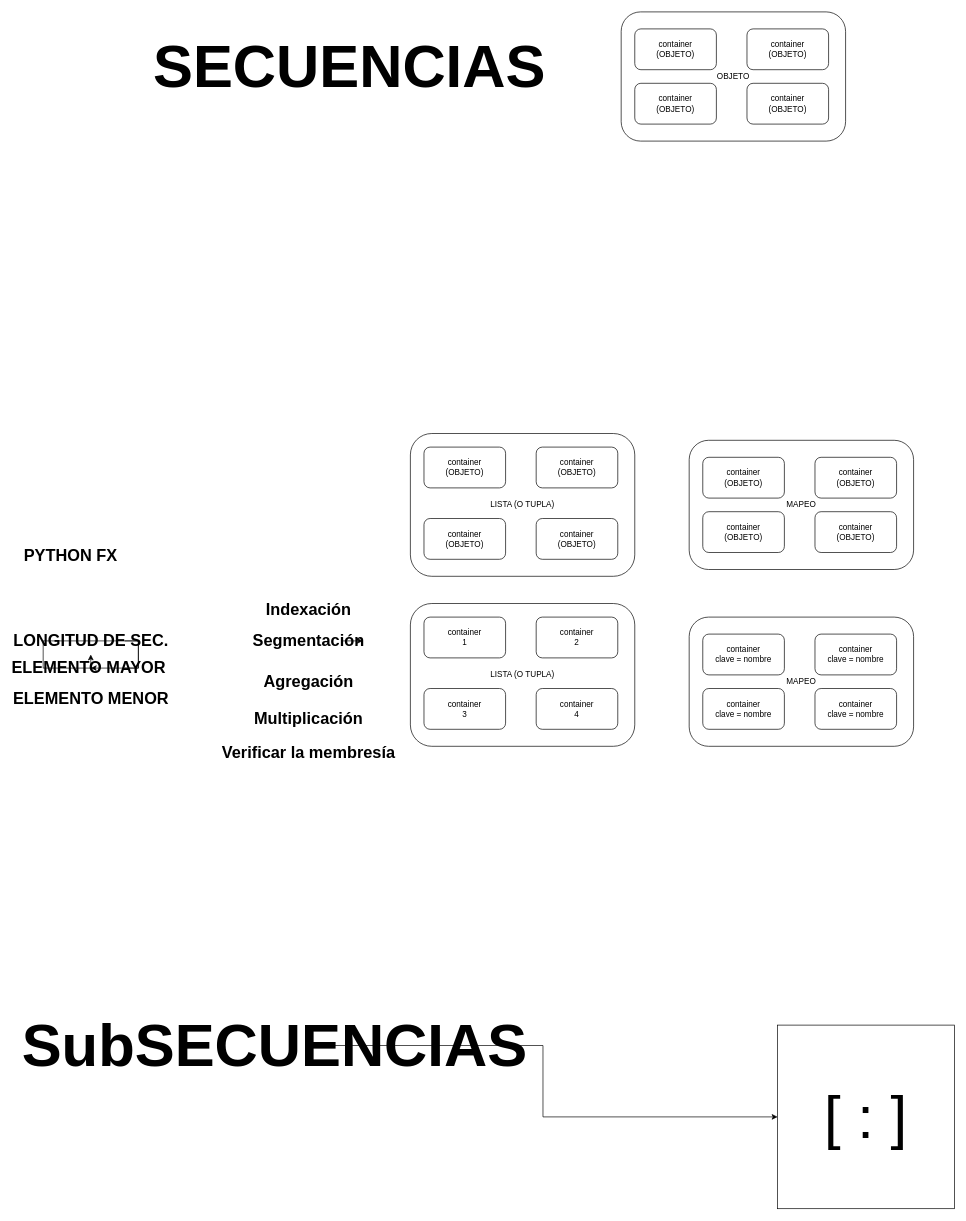
Above: day1/SECUENCIAS.drawio in Innoktiv/28-dias-28proyectos (draw.io), before the change. Source tidied: cells renumbered, new cells numbered last; positions are measured from the earlier drawing's top-left corner, leaving out a move shared by most shapes. Both pictures are drawn from the tidied source at 68%, with x=0, y=0 at pixel (36, 12).
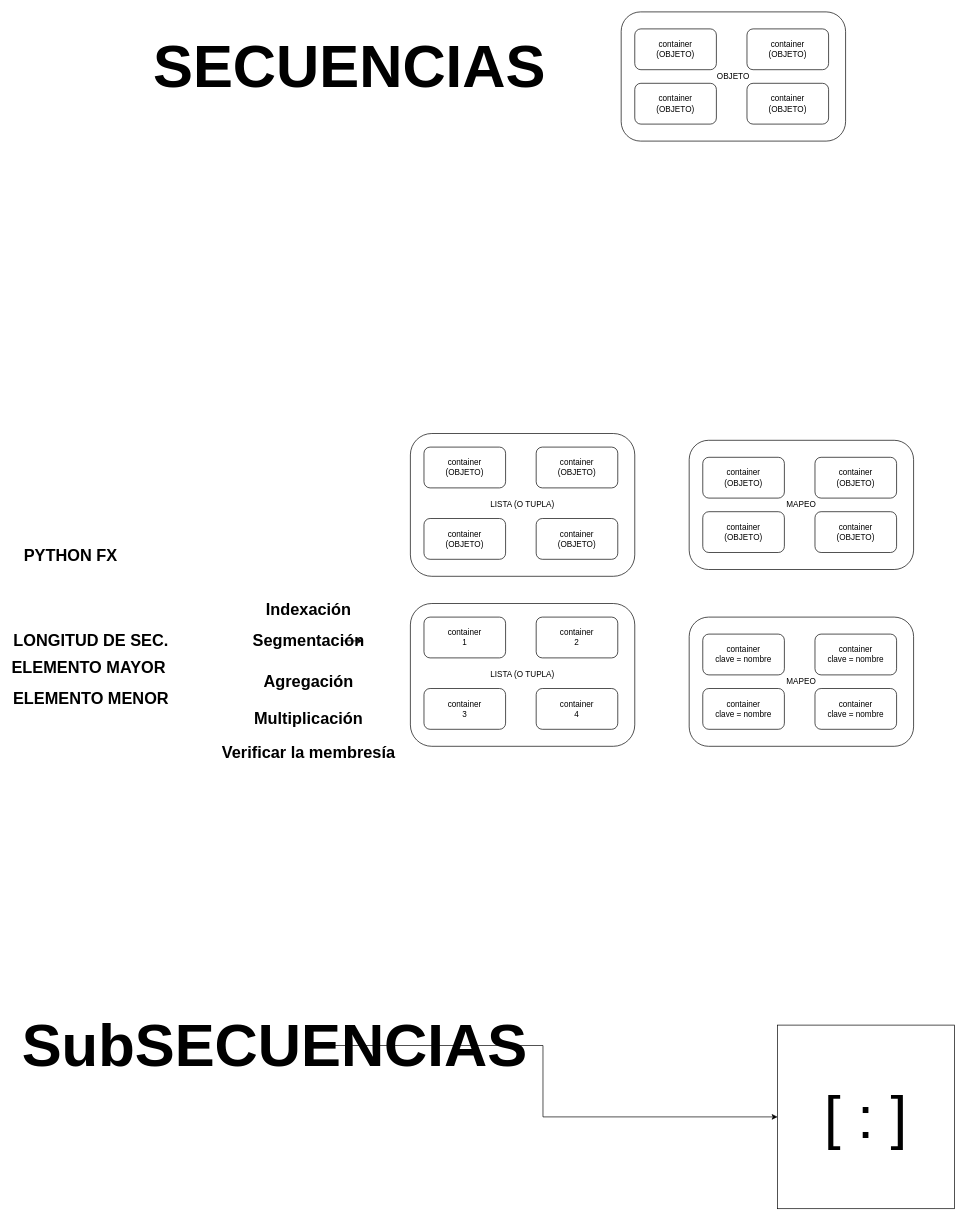
After the change.

Commit message:
Cambio a uso de definiciones

Unchanged cells that the change refers to:
```xml
<mxCell id="34" value="LONGITUD DE SEC." style="text;strokeColor=none;fillColor=none;html=1;fontSize=24;fontStyle=1;verticalAlign=middle;align=center;" parent="1" vertex="1">
  <mxGeometry x="30" y="905" width="100" height="40" as="geometry" />
</mxCell>
<mxCell id="38" value="ELEMENTO MAYOR&amp;nbsp;" style="text;strokeColor=none;fillColor=none;html=1;fontSize=24;fontStyle=1;verticalAlign=middle;align=center;" parent="1" vertex="1">
  <mxGeometry x="30" y="945" width="100" height="40" as="geometry" />
</mxCell>
```

Diff of the diagram source:
```diff
@@
-    <mxCell id="35" style="edgeStyle=orthogonalEdgeStyle;rounded=0;jettySize=auto;html=1;exitX=1;exitY=0.5;exitDx=0;exitDy=0;" parent="1" edge="1" source="38" target="34">
-      <mxGeometry relative="1" as="geometry" />
-    </mxCell>
@@
-    <mxCell id="37" style="edgeStyle=orthogonalEdgeStyle;rounded=0;jettySize=auto;html=1;exitX=1;exitY=0.5;exitDx=0;exitDy=0;" parent="1" edge="1" source="34" target="38">
-      <mxGeometry relative="1" as="geometry" />
-    </mxCell>
```
